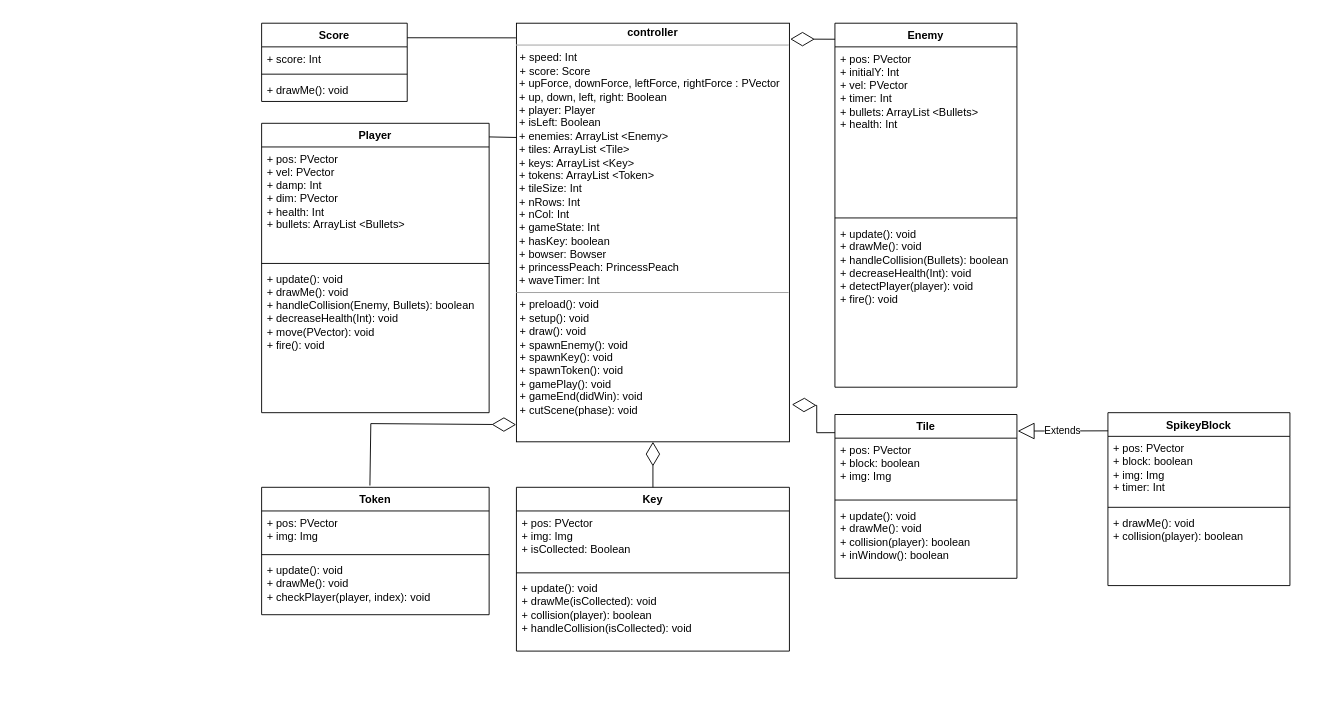
The draw.io diagram Untitled Diagram.drawio in harjotsk03/wireframeTest, before the edit. Source tidied: cells renumbered, new cells numbered last; positions are measured from the earlier drawing's top-left corner, leaving out a move shared by most shapes. Both pictures are drawn from the tidied source at 91%, with x=0, y=0 at pixel (261, 23).
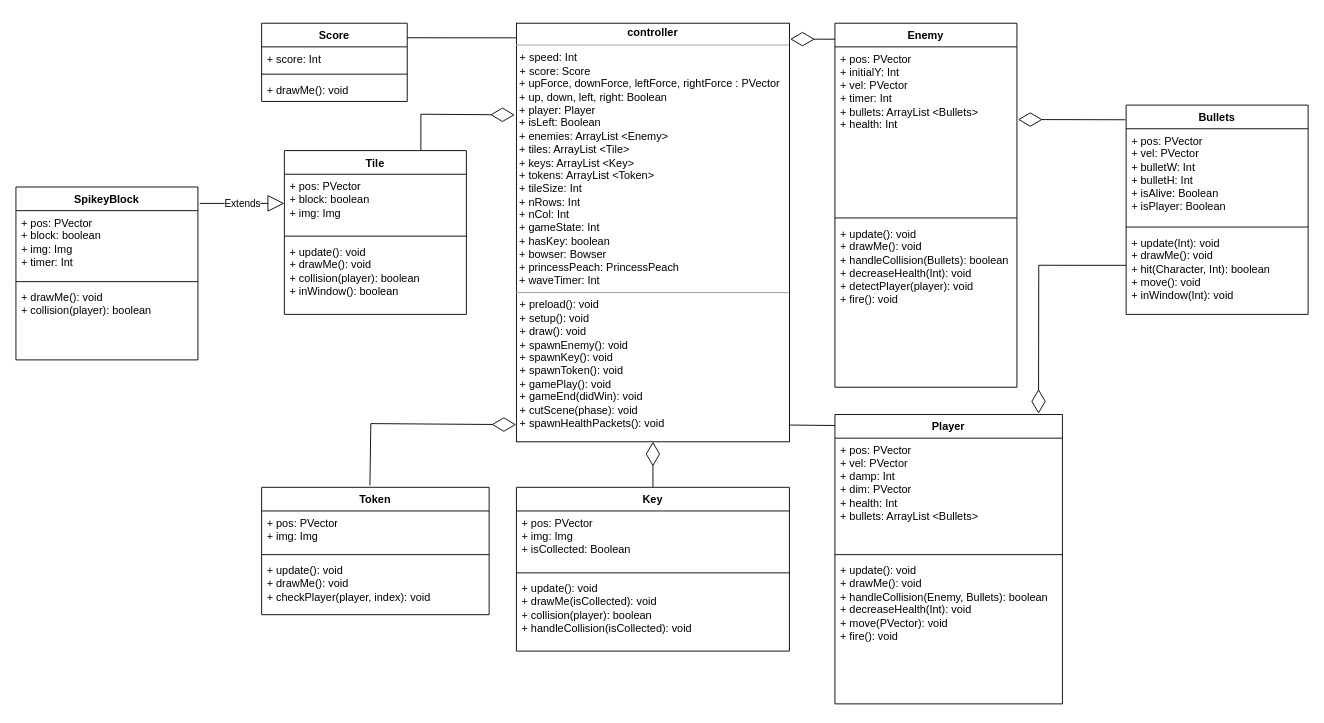
The same page after the edit.

Commit message:
add bullets class

Unchanged cells that the change refers to:
```xml
<mxCell id="14" value="+ pos: PVector&lt;div&gt;+ initialY: Int&lt;/div&gt;&lt;div&gt;+ vel: PVector&lt;/div&gt;&lt;div&gt;+ timer: Int&lt;/div&gt;&lt;div&gt;+ bullets: ArrayList &amp;lt;Bullets&amp;gt;&lt;/div&gt;&lt;div&gt;+ health: Int&lt;/div&gt;" style="text;strokeColor=none;fillColor=none;align=left;verticalAlign=top;spacingLeft=4;spacingRight=4;overflow=hidden;points=[[0,0.5],[1,0.5]];portConstraint=eastwest;whiteSpace=wrap;html=1;" parent="13" vertex="1">
  <mxGeometry y="26" width="200" height="184" as="geometry" />
</mxCell>
<mxCell id="19" value="+ pos: PVector&lt;div&gt;+ block: boolean&lt;/div&gt;&lt;div&gt;+ img: Img&lt;/div&gt;" style="text;strokeColor=none;fillColor=none;align=left;verticalAlign=top;spacingLeft=4;spacingRight=4;overflow=hidden;points=[[0,0.5],[1,0.5]];portConstraint=eastwest;whiteSpace=wrap;html=1;" parent="18" vertex="1">
  <mxGeometry y="26" width="200" height="64" as="geometry" />
</mxCell>
```

What changed in the source:
```diff
@@
-    <mxCell id="2" value="&lt;p style=&quot;margin:0px;margin-top:4px;text-align:center;&quot;&gt;&lt;b&gt;controller&lt;/b&gt;&lt;/p&gt;&lt;hr size=&quot;1&quot;&gt;&lt;p style=&quot;margin:0px;margin-left:4px;&quot;&gt;+ speed: Int&lt;br&gt;+ score: Score&lt;/p&gt;&amp;nbsp;+ upForce, downForce, leftForce, rightForce : PVector&lt;div&gt;&amp;nbsp;+ up, down, left, right: Boolean&lt;/div&gt;&lt;div&gt;&amp;nbsp;+ player: Player&lt;/div&gt;&lt;div&gt;&amp;nbsp;+ isLeft: Boolean&lt;/div&gt;&lt;div&gt;&amp;nbsp;&lt;span style=&quot;background-color: initial;&quot;&gt;+ enemies: ArrayList &amp;lt;Enemy&amp;gt;&lt;/span&gt;&lt;/div&gt;&lt;div&gt;&amp;nbsp;+ tiles: ArrayList &amp;lt;Tile&amp;gt;&lt;span style=&quot;background-color: initial;&quot;&gt;&lt;br&gt;&lt;/span&gt;&lt;/div&gt;&lt;div&gt;&amp;nbsp;+ keys: ArrayList &amp;lt;Key&amp;gt;&lt;br&gt;&lt;/div&gt;&lt;div&gt;&amp;nbsp;+ tokens: ArrayList &amp;lt;Token&amp;gt;&lt;/div&gt;&lt;div&gt;&amp;nbsp;+ tileSize: Int&lt;br&gt;&lt;/div&gt;&lt;div&gt;&amp;nbsp;+ nRows: Int&lt;/div&gt;&lt;div&gt;&amp;nbsp;+ nCol: Int&lt;/div&gt;&lt;div&gt;&amp;nbsp;+ gameState: Int&lt;/div&gt;&lt;div&gt;&amp;nbsp;+ hasKey: boolean&lt;/div&gt;&lt;div&gt;&amp;nbsp;+ bowser: Bowser&lt;/div&gt;&lt;div&gt;&amp;nbsp;+ princessPeach: PrincessPeach&lt;/div&gt;&lt;div&gt;&amp;nbsp;+ waveTimer: Int&lt;/div&gt;&lt;div&gt;&lt;hr size=&quot;1&quot;&gt;&lt;p style=&quot;margin:0px;margin-left:4px;&quot;&gt;+ preload(): void&lt;/p&gt;&lt;p style=&quot;margin:0px;margin-left:4px;&quot;&gt;+ setup(): void&lt;/p&gt;&lt;p style=&quot;margin:0px;margin-left:4px;&quot;&gt;+ draw(): void&lt;/p&gt;&lt;p style=&quot;margin:0px;margin-left:4px;&quot;&gt;+ spawnEnemy(): void&lt;/p&gt;&lt;p style=&quot;margin:0px;margin-left:4px;&quot;&gt;+ spawnKey(): void&lt;/p&gt;&lt;p style=&quot;margin:0px;margin-left:4px;&quot;&gt;+ spawnToken(): void&lt;/p&gt;&lt;p style=&quot;margin:0px;margin-left:4px;&quot;&gt;+ gamePlay(): void&lt;/p&gt;&lt;p style=&quot;margin:0px;margin-left:4px;&quot;&gt;+ gameEnd(didWin): void&lt;/p&gt;&lt;p style=&quot;margin:0px;margin-left:4px;&quot;&gt;+ cutScene(phase): void&lt;/p&gt;&lt;p style=&quot;margin:0px;margin-left:4px;&quot;&gt;&lt;br&gt;&lt;/p&gt;&lt;/div&gt;" style="verticalAlign=top;align=left;overflow=fill;fontSize=12;fontFamily=Helvetica;html=1;rounded=0;shadow=0;comic=0;labelBackgroundColor=none;strokeWidth=1;" parent="1" vertex="1">
+    <mxCell id="2" value="&lt;p style=&quot;margin:0px;margin-top:4px;text-align:center;&quot;&gt;&lt;b&gt;controller&lt;/b&gt;&lt;/p&gt;&lt;hr size=&quot;1&quot;&gt;&lt;p style=&quot;margin:0px;margin-left:4px;&quot;&gt;+ speed: Int&lt;br&gt;+ score: Score&lt;/p&gt;&amp;nbsp;+ upForce, downForce, leftForce, rightForce : PVector&lt;div&gt;&amp;nbsp;+ up, down, left, right: Boolean&lt;/div&gt;&lt;div&gt;&amp;nbsp;+ player: Player&lt;/div&gt;&lt;div&gt;&amp;nbsp;+ isLeft: Boolean&lt;/div&gt;&lt;div&gt;&amp;nbsp;&lt;span style=&quot;background-color: initial;&quot;&gt;+ enemies: ArrayList &amp;lt;Enemy&amp;gt;&lt;/span&gt;&lt;/div&gt;&lt;div&gt;&amp;nbsp;+ tiles: ArrayList &amp;lt;Tile&amp;gt;&lt;span style=&quot;background-color: initial;&quot;&gt;&lt;br&gt;&lt;/span&gt;&lt;/div&gt;&lt;div&gt;&amp;nbsp;+ keys: ArrayList &amp;lt;Key&amp;gt;&lt;br&gt;&lt;/div&gt;&lt;div&gt;&amp;nbsp;+ tokens: ArrayList &amp;lt;Token&amp;gt;&lt;/div&gt;&lt;div&gt;&amp;nbsp;+ tileSize: Int&lt;br&gt;&lt;/div&gt;&lt;div&gt;&amp;nbsp;+ nRows: Int&lt;/div&gt;&lt;div&gt;&amp;nbsp;+ nCol: Int&lt;/div&gt;&lt;div&gt;&amp;nbsp;+ gameState: Int&lt;/div&gt;&lt;div&gt;&amp;nbsp;+ hasKey: boolean&lt;/div&gt;&lt;div&gt;&amp;nbsp;+ bowser: Bowser&lt;/div&gt;&lt;div&gt;&amp;nbsp;+ princessPeach: PrincessPeach&lt;/div&gt;&lt;div&gt;&amp;nbsp;+ waveTimer: Int&lt;/div&gt;&lt;div&gt;&lt;hr size=&quot;1&quot;&gt;&lt;p style=&quot;margin:0px;margin-left:4px;&quot;&gt;+ preload(): void&lt;/p&gt;&lt;p style=&quot;margin:0px;margin-left:4px;&quot;&gt;+ setup(): void&lt;/p&gt;&lt;p style=&quot;margin:0px;margin-left:4px;&quot;&gt;+ draw(): void&lt;/p&gt;&lt;p style=&quot;margin:0px;margin-left:4px;&quot;&gt;+ spawnEnemy(): void&lt;/p&gt;&lt;p style=&quot;margin:0px;margin-left:4px;&quot;&gt;+ spawnKey(): void&lt;/p&gt;&lt;p style=&quot;margin:0px;margin-left:4px;&quot;&gt;+ spawnToken(): void&lt;/p&gt;&lt;p style=&quot;margin:0px;margin-left:4px;&quot;&gt;+ gamePlay(): void&lt;/p&gt;&lt;p style=&quot;margin:0px;margin-left:4px;&quot;&gt;+ gameEnd(didWin): void&lt;/p&gt;&lt;p style=&quot;margin:0px;margin-left:4px;&quot;&gt;+ cutScene(phase): void&lt;/p&gt;&lt;p style=&quot;margin:0px;margin-left:4px;&quot;&gt;+ spawnHealthPackets(): void&lt;/p&gt;&lt;/div&gt;" style="verticalAlign=top;align=left;overflow=fill;fontSize=12;fontFamily=Helvetica;html=1;rounded=0;shadow=0;comic=0;labelBackgroundColor=none;strokeWidth=1;" parent="1" vertex="1">
       <mxGeometry x="280" width="300" height="460" as="geometry" />
     </mxCell>
@@
     <mxCell id="7" value="Player" style="swimlane;fontStyle=1;align=center;verticalAlign=top;horizontal=1;startSize=26;whiteSpace=wrap;html=1;" parent="1" vertex="1">
-      <mxGeometry y="110" width="250" height="318" as="geometry" />
+      <mxGeometry x="630" y="430" width="250" height="318" as="geometry" />
     </mxCell>
@@
-    <mxCell id="12" style="endArrow=none;html=1;rounded=0;exitX=1;exitY=0.047;exitDx=0;exitDy=0;exitPerimeter=0;entryX=0;entryY=0.273;entryDx=0;entryDy=0;entryPerimeter=0;" parent="1" edge="1" source="7" target="2">
-      <mxGeometry relative="1" as="geometry" />
-    </mxCell>
@@
     <mxCell id="18" value="Tile" style="swimlane;fontStyle=1;align=center;verticalAlign=top;horizontal=1;startSize=26;whiteSpace=wrap;html=1;" parent="1" vertex="1">
-      <mxGeometry x="630" y="430" width="200" height="180" as="geometry" />
+      <mxGeometry x="25" y="140" width="200" height="180" as="geometry" />
     </mxCell>
@@
-    <mxCell id="22" style="endArrow=diamondThin;endFill=0;endSize=24;html=1;rounded=0;exitX=0;exitY=0.111;exitDx=0;exitDy=0;exitPerimeter=0;entryX=1.009;entryY=0.911;entryDx=0;entryDy=0;entryPerimeter=0;" parent="1" edge="1" source="18" target="2">
+    <mxCell id="22" style="endArrow=diamondThin;endFill=0;endSize=24;html=1;rounded=0;exitX=0.75;exitY=0;exitDx=0;exitDy=0;entryX=-0.006;entryY=0.219;entryDx=0;entryDy=0;entryPerimeter=0;" parent="1" edge="1" source="18" target="2">
       <mxGeometry relative="1" as="geometry">
         <Array as="points">
-          <mxPoint x="610" y="450" />
-          <mxPoint x="610" y="420" />
+          <mxPoint x="175" y="100" />
         </Array>
       </mxGeometry>
     </mxCell>
     <mxCell id="23" value="SpikeyBlock" style="swimlane;fontStyle=1;align=center;verticalAlign=top;horizontal=1;startSize=26;whiteSpace=wrap;html=1;" parent="1" vertex="1">
-      <mxGeometry x="930" y="428" width="200" height="190" as="geometry" />
+      <mxGeometry x="-270" y="180" width="200" height="190" as="geometry" />
     </mxCell>
@@
-    <mxCell id="27" value="Extends" style="endArrow=block;endSize=16;endFill=0;html=1;rounded=0;exitX=0.001;exitY=0.105;exitDx=0;exitDy=0;exitPerimeter=0;entryX=1.004;entryY=0.101;entryDx=0;entryDy=0;entryPerimeter=0;" parent="1" edge="1" source="23" target="18">
+    <mxCell id="27" value="Extends" style="endArrow=block;endSize=16;endFill=0;html=1;rounded=0;exitX=1.01;exitY=0.095;exitDx=0;exitDy=0;exitPerimeter=0;entryX=0;entryY=0.5;entryDx=0;entryDy=0;" parent="1" edge="1" source="23" target="19">
       <mxGeometry relative="1" as="geometry" />
     </mxCell>
@@
+    <mxCell id="38" style="endArrow=none;html=1;rounded=0;entryX=0;entryY=0.038;entryDx=0;entryDy=0;entryPerimeter=0;exitX=1;exitY=0.96;exitDx=0;exitDy=0;exitPerimeter=0;" parent="1" edge="1" source="2" target="7">
+      <mxGeometry relative="1" as="geometry" />
+    </mxCell>
+    <mxCell id="39" value="Bullets" style="swimlane;fontStyle=1;align=center;verticalAlign=top;horizontal=1;startSize=26;whiteSpace=wrap;html=1;" parent="1" vertex="1">
+      <mxGeometry x="950" y="90" width="200" height="230" as="geometry" />
+    </mxCell>
+    <mxCell id="40" value="+ pos: PVector&lt;div&gt;+ vel: PVector&lt;/div&gt;&lt;div&gt;+ bulletW: Int&lt;/div&gt;&lt;div&gt;+ bulletH: Int&lt;/div&gt;&lt;div&gt;+ isAlive: Boolean&lt;/div&gt;&lt;div&gt;+ isPlayer: Boolean&lt;/div&gt;" style="text;strokeColor=none;fillColor=none;align=left;verticalAlign=top;spacingLeft=4;spacingRight=4;overflow=hidden;whiteSpace=wrap;html=1;" parent="39" vertex="1">
+      <mxGeometry y="26" width="200" height="104" as="geometry" />
+    </mxCell>
+    <mxCell id="41" style="line;strokeWidth=1;fillColor=none;align=left;verticalAlign=middle;spacingTop=-1;spacingLeft=3;spacingRight=3;labelPosition=right;strokeColor=inherit;" parent="39" vertex="1">
+      <mxGeometry y="130" width="200" height="8" as="geometry" />
+    </mxCell>
+    <mxCell id="42" value="+ update(Int): void&lt;div&gt;+ drawMe(): void&lt;/div&gt;&lt;div&gt;+ hit(Character, Int): boolean&lt;/div&gt;&lt;div&gt;+ move(): void&lt;/div&gt;&lt;div&gt;+ inWindow(Int): void&lt;/div&gt;" style="text;strokeColor=none;fillColor=none;align=left;verticalAlign=top;spacingLeft=4;spacingRight=4;overflow=hidden;points=[[0,0.5],[1,0.5]];portConstraint=eastwest;whiteSpace=wrap;html=1;" parent="39" vertex="1">
+      <mxGeometry y="138" width="200" height="92" as="geometry" />
+    </mxCell>
+    <mxCell id="43" style="endArrow=diamondThin;endFill=0;endSize=24;html=1;rounded=0;exitX=-0.004;exitY=0.07;exitDx=0;exitDy=0;exitPerimeter=0;entryX=1.006;entryY=0.434;entryDx=0;entryDy=0;entryPerimeter=0;" parent="1" edge="1" source="39" target="14">
+      <mxGeometry relative="1" as="geometry" />
+    </mxCell>
+    <mxCell id="44" style="endArrow=diamondThin;endFill=0;endSize=24;html=1;rounded=0;exitX=-0.001;exitY=0.414;exitDx=0;exitDy=0;exitPerimeter=0;entryX=0.895;entryY=-0.003;entryDx=0;entryDy=0;entryPerimeter=0;" parent="1" edge="1" source="42" target="7">
+      <mxGeometry relative="1" as="geometry">
+        <Array as="points">
+          <mxPoint x="854" y="266" />
+        </Array>
+      </mxGeometry>
+    </mxCell>
```
